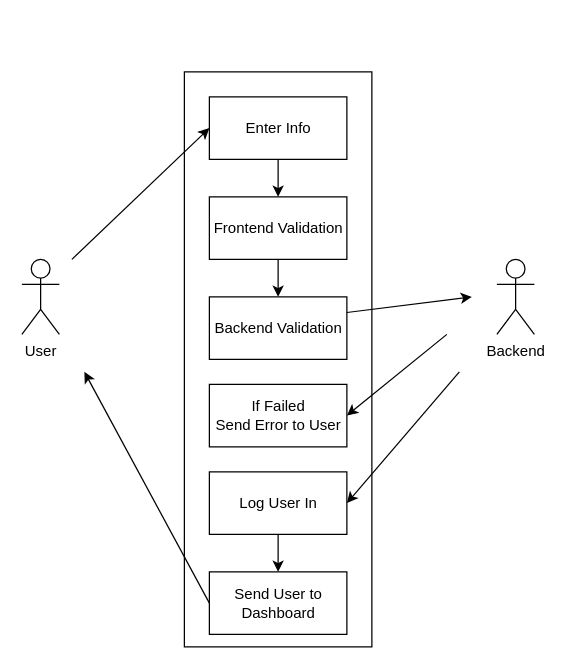
Before: UseCaseDiagrams/LogInUseCase.drawio in sbeckstrand/cs-3450-disk-golf, a draw.io diagram. Source tidied: cells renumbered, new cells numbered last; positions are measured from the earlier drawing's top-left corner, leaving out a move shared by most shapes. Both pictures are drawn from the tidied source at 125%, with x=0, y=0 at pixel (21, 71).
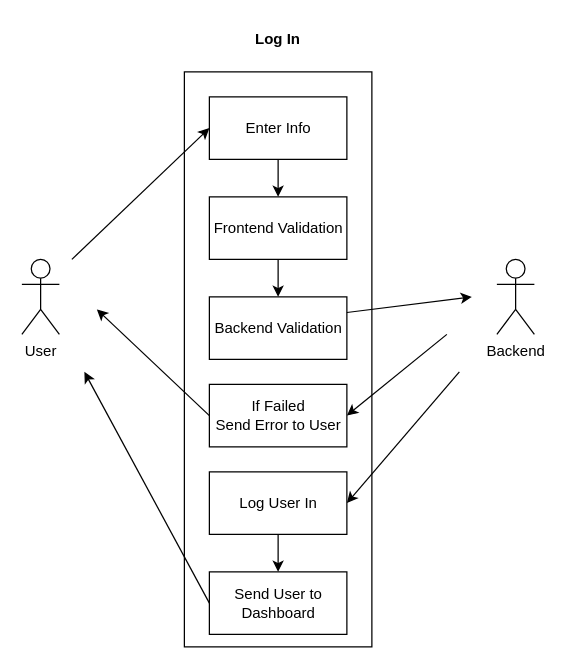
The same page after the edit.

Unchanged cells that the change refers to:
```xml
<mxCell id="12" value="If Failed&lt;br&gt;Send Error to User" style="html=1;" parent="1" vertex="1">
  <mxGeometry x="150" y="250" width="110" height="50" as="geometry" />
</mxCell>
```

Change to the diagram source:
```diff
@@
+    <mxCell id="19" style="endArrow=classic;html=1;exitX=0;exitY=0.5;exitDx=0;exitDy=0;" parent="1" edge="1" source="12">
+      <mxGeometry relative="1" as="geometry">
+        <mxPoint x="60" y="190" as="targetPoint" />
+      </mxGeometry>
+    </mxCell>
+    <mxCell id="20" value="Log In" style="text;align=center;fontStyle=1;verticalAlign=middle;spacingLeft=3;spacingRight=3;strokeColor=none;" parent="1" vertex="1">
+      <mxGeometry x="165" y="-40" width="80" height="26" as="geometry" />
+    </mxCell>
```
